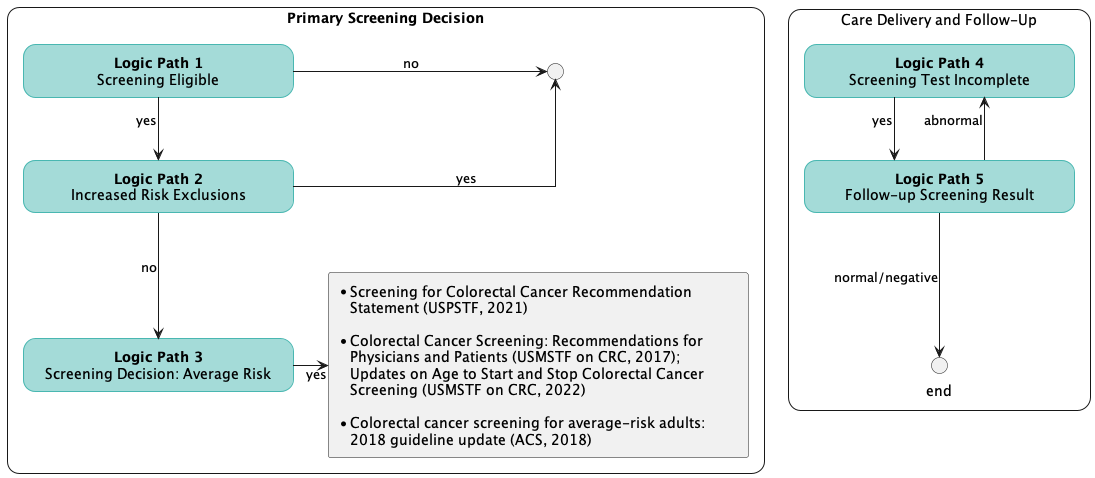
Above: images/flow-HighLevel.png in ccsm-cds-tools/CDC-Colorectal-Cancer-Screening-CDS-L2 (PlantUML), before the change.
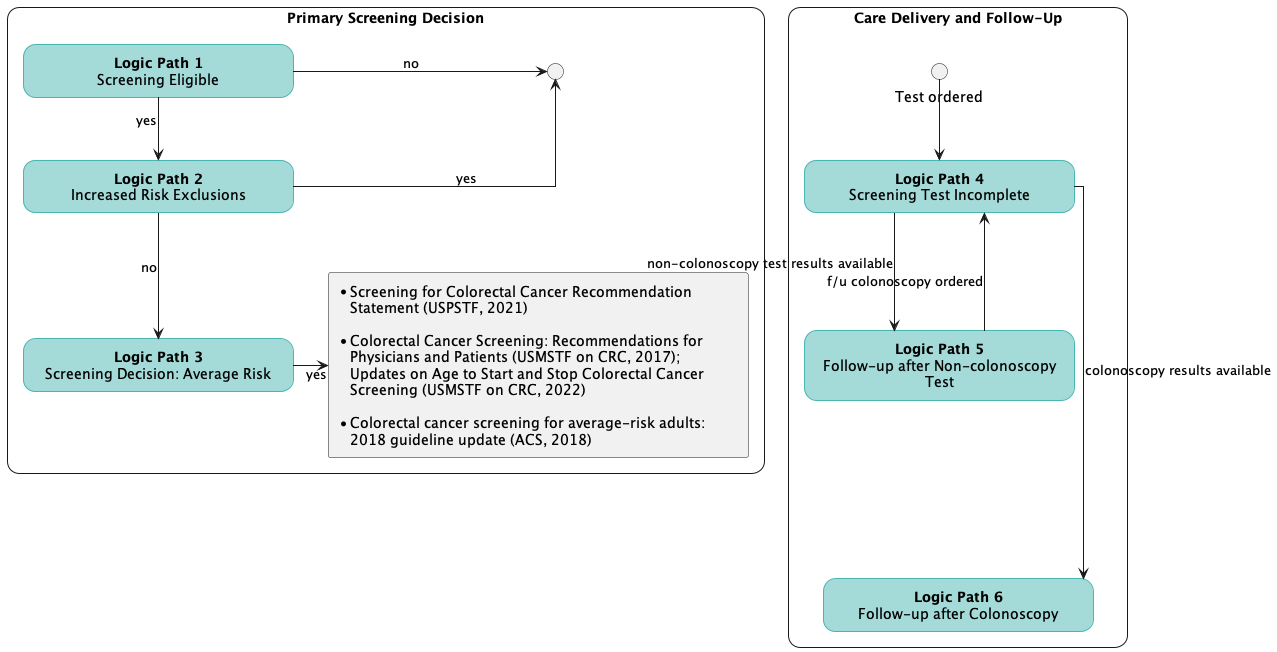
After the change.

The edit, as a diff of the source:
```diff
@@ -51,12 +51,18 @@
     path_inc_risk_exc -[norank]---> end_connector: yes
 }
 
-rectangle "Care Delivery and Follow-Up" <<main>> as followup {
-    rectangle "**Logic Path 4**\nScreening Test Incomplete" <<roundbox>> as path_screen_exec
-    rectangle "**Logic Path 5**\nFollow-up Screening Result" <<roundbox>> as path_followup_dec
-    path_screen_exec-->path_followup_dec: yes
-    path_followup_dec-->path_screen_exec: abnormal
-    path_followup_dec-->end: normal/negative
+rectangle "**Care Delivery and Follow-Up**" <<main>> as followup {
+    rectangle "**Logic Path 4**\nScreening Test Incomplete" <<roundbox>> as path_screen
+    rectangle "**Logic Path 5**\nFollow-up after Non-colonoscopy Test" <<roundbox>> as path_followup
+    rectangle "**Logic Path 6**\nFollow-up after Colonoscopy"<<roundbox>> as path_followup_col
+    circle "Test ordered" as start
+    start-->path_screen
+    path_screen-->path_followup: non-colonoscopy test results available
+    path_followup-->path_screen: f/u colonoscopy ordered
+    path_screen-->path_followup_col: colonoscopy results available
+    path_followup-[hidden]-->path_followup_col
+
+
 }
 
 @enduml
```
